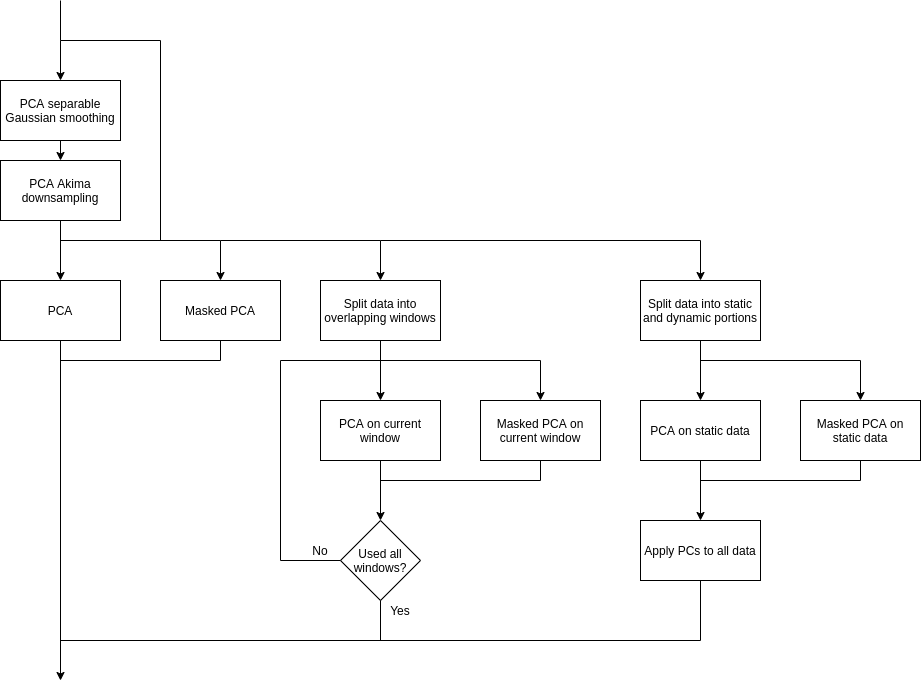
The draw.io diagram figures/pca_data_driven_surrogate_signal_extraction_methods_for_dynamic_pet_methods_data_driven_surrogate_signal_extraction_pca.png in ALEXJAZZ008008/upgrade, before a commit. Source tidied: cells renumbered, new cells last; positions are measured from the earlier drawing's top-left corner, leaving out a move shared by most shapes. Its diagram source:
```xml
<mxGraphModel>
  <root>
    <mxCell id="0" />
    <mxCell id="1" parent="0" />
    <mxCell id="2" value="PCA separable Gaussian smoothing" style="rounded=0;whiteSpace=wrap;html=1;" parent="1" vertex="1">
      <mxGeometry y="80" width="120" height="60" as="geometry" />
    </mxCell>
    <mxCell id="3" value="PCA Akima downsampling" style="rounded=0;whiteSpace=wrap;html=1;" parent="1" vertex="1">
      <mxGeometry y="160" width="120" height="60" as="geometry" />
    </mxCell>
    <mxCell id="4" value="PCA" style="rounded=0;whiteSpace=wrap;html=1;" parent="1" vertex="1">
      <mxGeometry y="280" width="120" height="60" as="geometry" />
    </mxCell>
    <mxCell id="5" value="Masked PCA" style="rounded=0;whiteSpace=wrap;html=1;" parent="1" vertex="1">
      <mxGeometry x="160" y="280" width="120" height="60" as="geometry" />
    </mxCell>
    <mxCell id="6" style="endArrow=classic;html=1;exitX=0.5;exitY=1;exitDx=0;exitDy=0;entryX=0.5;entryY=0;entryDx=0;entryDy=0;" parent="1" edge="1" source="2" target="3">
      <mxGeometry relative="1" as="geometry" />
    </mxCell>
    <mxCell id="7" value="Split data into overlapping windows" style="rounded=0;whiteSpace=wrap;html=1;" parent="1" vertex="1">
      <mxGeometry x="320" y="280" width="120" height="60" as="geometry" />
    </mxCell>
    <mxCell id="8" value="Used all windows?" style="rhombus;whiteSpace=wrap;html=1;" parent="1" vertex="1">
      <mxGeometry x="340" y="520" width="80" height="80" as="geometry" />
    </mxCell>
    <mxCell id="9" value="PCA on current window" style="rounded=0;whiteSpace=wrap;html=1;" parent="1" vertex="1">
      <mxGeometry x="320" y="400" width="120" height="60" as="geometry" />
    </mxCell>
    <mxCell id="10" value="Masked PCA on current window" style="rounded=0;whiteSpace=wrap;html=1;" parent="1" vertex="1">
      <mxGeometry x="480" y="400" width="120" height="60" as="geometry" />
    </mxCell>
    <mxCell id="11" value="Split data into static and dynamic portions" style="rounded=0;whiteSpace=wrap;html=1;" parent="1" vertex="1">
      <mxGeometry x="640" y="280" width="120" height="60" as="geometry" />
    </mxCell>
    <mxCell id="12" value="PCA on static data" style="rounded=0;whiteSpace=wrap;html=1;" parent="1" vertex="1">
      <mxGeometry x="640" y="400" width="120" height="60" as="geometry" />
    </mxCell>
    <mxCell id="13" value="Masked PCA on static data" style="rounded=0;whiteSpace=wrap;html=1;" parent="1" vertex="1">
      <mxGeometry x="800" y="400" width="120" height="60" as="geometry" />
    </mxCell>
    <mxCell id="14" value="Apply PCs to all data" style="rounded=0;whiteSpace=wrap;html=1;" parent="1" vertex="1">
      <mxGeometry x="640" y="520" width="120" height="60" as="geometry" />
    </mxCell>
    <mxCell id="15" style="endArrow=classic;html=1;exitX=0.5;exitY=1;exitDx=0;exitDy=0;entryX=0.5;entryY=0;entryDx=0;entryDy=0;" parent="1" edge="1" source="3" target="4">
      <mxGeometry relative="1" as="geometry" />
    </mxCell>
    <mxCell id="16" style="endArrow=classic;html=1;entryX=0.5;entryY=0;entryDx=0;entryDy=0;" parent="1" edge="1" target="5">
      <mxGeometry relative="1" as="geometry">
        <mxPoint x="220" y="240" as="sourcePoint" />
      </mxGeometry>
    </mxCell>
    <mxCell id="17" style="endArrow=classic;html=1;entryX=0.5;entryY=0;entryDx=0;entryDy=0;" parent="1" edge="1" target="7">
      <mxGeometry relative="1" as="geometry">
        <mxPoint x="380" y="240" as="sourcePoint" />
      </mxGeometry>
    </mxCell>
    <mxCell id="18" style="endArrow=classic;html=1;exitX=0.5;exitY=1;exitDx=0;exitDy=0;entryX=0.5;entryY=0;entryDx=0;entryDy=0;" parent="1" edge="1" source="7" target="9">
      <mxGeometry relative="1" as="geometry" />
    </mxCell>
    <mxCell id="19" style="endArrow=classic;html=1;entryX=0.5;entryY=0;entryDx=0;entryDy=0;" parent="1" edge="1" target="10">
      <mxGeometry relative="1" as="geometry">
        <mxPoint x="540" y="360" as="sourcePoint" />
      </mxGeometry>
    </mxCell>
    <mxCell id="20" style="endArrow=classic;html=1;entryX=0.5;entryY=0;entryDx=0;entryDy=0;" parent="1" edge="1" target="11">
      <mxGeometry relative="1" as="geometry">
        <mxPoint x="700" y="240" as="sourcePoint" />
      </mxGeometry>
    </mxCell>
    <mxCell id="21" style="endArrow=classic;html=1;exitX=0.5;exitY=1;exitDx=0;exitDy=0;entryX=0.5;entryY=0;entryDx=0;entryDy=0;" parent="1" edge="1" source="11" target="12">
      <mxGeometry relative="1" as="geometry" />
    </mxCell>
    <mxCell id="22" style="endArrow=classic;html=1;entryX=0.5;entryY=0;entryDx=0;entryDy=0;exitX=0.5;exitY=1;exitDx=0;exitDy=0;" parent="1" edge="1" source="12" target="14">
      <mxGeometry relative="1" as="geometry" />
    </mxCell>
    <mxCell id="23" style="endArrow=classic;html=1;exitX=0.5;exitY=1;exitDx=0;exitDy=0;entryX=0.5;entryY=0;entryDx=0;entryDy=0;" parent="1" edge="1" source="4">
      <mxGeometry relative="1" as="geometry">
        <mxPoint x="60" y="680" as="targetPoint" />
      </mxGeometry>
    </mxCell>
    <mxCell id="24" style="endArrow=classic;html=1;exitX=0.5;exitY=1;exitDx=0;exitDy=0;" parent="1" edge="1" source="9" target="8">
      <mxGeometry relative="1" as="geometry" />
    </mxCell>
    <mxCell id="25" style="endArrow=classic;html=1;entryX=0.5;entryY=0;entryDx=0;entryDy=0;" parent="1" edge="1" target="2">
      <mxGeometry relative="1" as="geometry">
        <mxPoint x="60" y="40" as="sourcePoint" />
      </mxGeometry>
    </mxCell>
    <mxCell id="26" style="endArrow=none;html=1;" parent="1" edge="1">
      <mxGeometry relative="1" as="geometry">
        <mxPoint x="60" y="240" as="sourcePoint" />
        <mxPoint x="220" y="240" as="targetPoint" />
      </mxGeometry>
    </mxCell>
    <mxCell id="27" style="endArrow=none;html=1;" parent="1" edge="1">
      <mxGeometry relative="1" as="geometry">
        <mxPoint x="220" y="240" as="sourcePoint" />
        <mxPoint x="380" y="240" as="targetPoint" />
      </mxGeometry>
    </mxCell>
    <mxCell id="28" style="endArrow=none;html=1;" parent="1" edge="1">
      <mxGeometry relative="1" as="geometry">
        <mxPoint x="380" y="240" as="sourcePoint" />
        <mxPoint x="700" y="240" as="targetPoint" />
      </mxGeometry>
    </mxCell>
    <mxCell id="29" style="endArrow=none;html=1;" parent="1" edge="1">
      <mxGeometry relative="1" as="geometry">
        <mxPoint x="380" y="360" as="sourcePoint" />
        <mxPoint x="540" y="360" as="targetPoint" />
      </mxGeometry>
    </mxCell>
    <mxCell id="30" style="endArrow=classic;html=1;entryX=0.5;entryY=0;entryDx=0;entryDy=0;" parent="1" edge="1" target="13">
      <mxGeometry relative="1" as="geometry">
        <mxPoint x="860" y="360" as="sourcePoint" />
      </mxGeometry>
    </mxCell>
    <mxCell id="31" style="endArrow=none;html=1;" parent="1" edge="1">
      <mxGeometry relative="1" as="geometry">
        <mxPoint x="700" y="360" as="sourcePoint" />
        <mxPoint x="860" y="360" as="targetPoint" />
      </mxGeometry>
    </mxCell>
    <mxCell id="32" style="endArrow=none;html=1;exitX=0;exitY=0.5;exitDx=0;exitDy=0;" parent="1" edge="1" source="8">
      <mxGeometry relative="1" as="geometry">
        <mxPoint x="280" y="560" as="targetPoint" />
      </mxGeometry>
    </mxCell>
    <mxCell id="33" style="endArrow=none;html=1;" parent="1" edge="1">
      <mxGeometry relative="1" as="geometry">
        <mxPoint x="280" y="560" as="sourcePoint" />
        <mxPoint x="280" y="360" as="targetPoint" />
      </mxGeometry>
    </mxCell>
    <mxCell id="34" value="No" style="text;html=1;strokeColor=none;fillColor=none;align=center;verticalAlign=middle;whiteSpace=wrap;rounded=0;" parent="1" vertex="1">
      <mxGeometry x="300" y="540" width="40" height="20" as="geometry" />
    </mxCell>
    <mxCell id="35" style="endArrow=none;html=1;entryX=0.5;entryY=1;entryDx=0;entryDy=0;" parent="1" edge="1" target="10">
      <mxGeometry relative="1" as="geometry">
        <mxPoint x="540" y="480" as="sourcePoint" />
      </mxGeometry>
    </mxCell>
    <mxCell id="36" style="endArrow=none;html=1;entryX=0.5;entryY=1;entryDx=0;entryDy=0;" parent="1" edge="1" target="13">
      <mxGeometry relative="1" as="geometry">
        <mxPoint x="860" y="480" as="sourcePoint" />
      </mxGeometry>
    </mxCell>
    <mxCell id="37" style="endArrow=none;html=1;" parent="1" edge="1">
      <mxGeometry relative="1" as="geometry">
        <mxPoint x="380" y="480" as="sourcePoint" />
        <mxPoint x="540" y="480" as="targetPoint" />
      </mxGeometry>
    </mxCell>
    <mxCell id="38" style="endArrow=none;html=1;" parent="1" edge="1">
      <mxGeometry relative="1" as="geometry">
        <mxPoint x="280" y="360" as="sourcePoint" />
        <mxPoint x="380" y="360" as="targetPoint" />
      </mxGeometry>
    </mxCell>
    <mxCell id="39" style="endArrow=none;html=1;" parent="1" edge="1">
      <mxGeometry relative="1" as="geometry">
        <mxPoint x="860" y="480" as="sourcePoint" />
        <mxPoint x="700" y="480" as="targetPoint" />
      </mxGeometry>
    </mxCell>
    <mxCell id="40" style="endArrow=none;html=1;" parent="1" edge="1">
      <mxGeometry relative="1" as="geometry">
        <mxPoint x="60" y="640" as="sourcePoint" />
        <mxPoint x="700" y="640" as="targetPoint" />
      </mxGeometry>
    </mxCell>
    <mxCell id="41" style="endArrow=none;html=1;entryX=0.5;entryY=1;entryDx=0;entryDy=0;" parent="1" edge="1" target="8">
      <mxGeometry relative="1" as="geometry">
        <mxPoint x="380" y="640" as="sourcePoint" />
      </mxGeometry>
    </mxCell>
    <mxCell id="42" style="endArrow=none;html=1;entryX=0.5;entryY=1;entryDx=0;entryDy=0;" parent="1" edge="1" target="14">
      <mxGeometry relative="1" as="geometry">
        <mxPoint x="700" y="640" as="sourcePoint" />
      </mxGeometry>
    </mxCell>
    <mxCell id="43" value="Yes" style="text;html=1;strokeColor=none;fillColor=none;align=center;verticalAlign=middle;whiteSpace=wrap;rounded=0;" parent="1" vertex="1">
      <mxGeometry x="380" y="600" width="40" height="20" as="geometry" />
    </mxCell>
    <mxCell id="44" style="endArrow=none;html=1;" parent="1" edge="1">
      <mxGeometry relative="1" as="geometry">
        <mxPoint x="60" y="40" as="sourcePoint" />
        <mxPoint x="160" y="40" as="targetPoint" />
      </mxGeometry>
    </mxCell>
    <mxCell id="45" style="endArrow=none;html=1;" parent="1" edge="1">
      <mxGeometry relative="1" as="geometry">
        <mxPoint x="160" y="240" as="sourcePoint" />
        <mxPoint x="160" y="40" as="targetPoint" />
      </mxGeometry>
    </mxCell>
    <mxCell id="46" style="endArrow=none;html=1;exitX=0.5;exitY=1;exitDx=0;exitDy=0;" parent="1" edge="1" source="5">
      <mxGeometry relative="1" as="geometry">
        <mxPoint x="220" y="360" as="targetPoint" />
      </mxGeometry>
    </mxCell>
    <mxCell id="47" style="endArrow=none;html=1;" parent="1" edge="1">
      <mxGeometry relative="1" as="geometry">
        <mxPoint x="220" y="360" as="sourcePoint" />
        <mxPoint x="60" y="360" as="targetPoint" />
      </mxGeometry>
    </mxCell>
    <mxCell id="48" style="endArrow=none;html=1;" parent="1" edge="1">
      <mxGeometry relative="1" as="geometry">
        <mxPoint x="60" y="40" as="sourcePoint" />
        <mxPoint x="60" as="targetPoint" />
      </mxGeometry>
    </mxCell>
  </root>
</mxGraphModel>
```
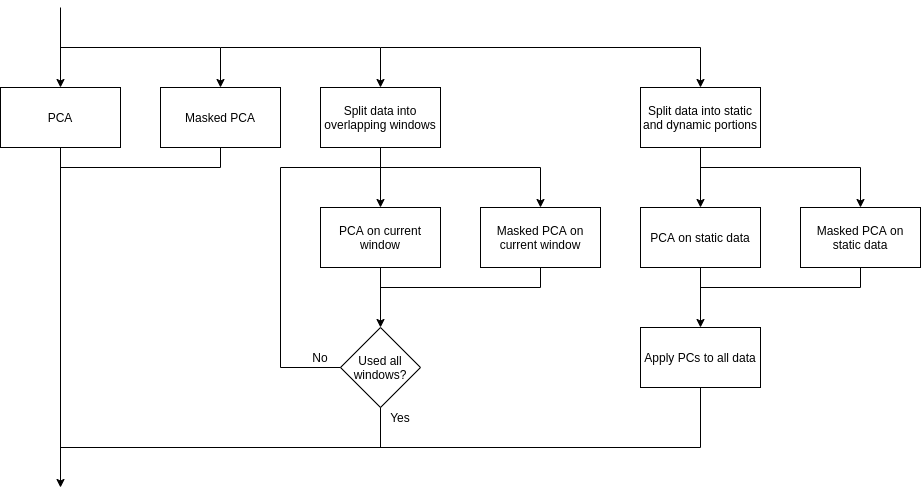
The same file after the commit.

Change to the diagram source:
```diff
@@ -2,21 +2,12 @@
   <root>
     <mxCell id="0" />
     <mxCell id="1" parent="0" />
-    <mxCell id="2" value="PCA separable Gaussian smoothing" style="rounded=0;whiteSpace=wrap;html=1;" parent="1" vertex="1">
-      <mxGeometry y="80" width="120" height="60" as="geometry" />
-    </mxCell>
-    <mxCell id="3" value="PCA Akima downsampling" style="rounded=0;whiteSpace=wrap;html=1;" parent="1" vertex="1">
-      <mxGeometry y="160" width="120" height="60" as="geometry" />
-    </mxCell>
     <mxCell id="4" value="PCA" style="rounded=0;whiteSpace=wrap;html=1;" parent="1" vertex="1">
       <mxGeometry y="280" width="120" height="60" as="geometry" />
     </mxCell>
     <mxCell id="5" value="Masked PCA" style="rounded=0;whiteSpace=wrap;html=1;" parent="1" vertex="1">
       <mxGeometry x="160" y="280" width="120" height="60" as="geometry" />
     </mxCell>
-    <mxCell id="6" style="endArrow=classic;html=1;exitX=0.5;exitY=1;exitDx=0;exitDy=0;entryX=0.5;entryY=0;entryDx=0;entryDy=0;" parent="1" edge="1" source="2" target="3">
-      <mxGeometry relative="1" as="geometry" />
-    </mxCell>
     <mxCell id="7" value="Split data into overlapping windows" style="rounded=0;whiteSpace=wrap;html=1;" parent="1" vertex="1">
       <mxGeometry x="320" y="280" width="120" height="60" as="geometry" />
     </mxCell>
@@ -41,8 +32,10 @@
     <mxCell id="14" value="Apply PCs to all data" style="rounded=0;whiteSpace=wrap;html=1;" parent="1" vertex="1">
       <mxGeometry x="640" y="520" width="120" height="60" as="geometry" />
     </mxCell>
-    <mxCell id="15" style="endArrow=classic;html=1;exitX=0.5;exitY=1;exitDx=0;exitDy=0;entryX=0.5;entryY=0;entryDx=0;entryDy=0;" parent="1" edge="1" source="3" target="4">
-      <mxGeometry relative="1" as="geometry" />
+    <mxCell id="15" style="endArrow=classic;html=1;entryX=0.5;entryY=0;entryDx=0;entryDy=0;" parent="1" edge="1" target="4">
+      <mxGeometry relative="1" as="geometry">
+        <mxPoint x="60" y="200" as="sourcePoint" />
+      </mxGeometry>
     </mxCell>
     <mxCell id="16" style="endArrow=classic;html=1;entryX=0.5;entryY=0;entryDx=0;entryDy=0;" parent="1" edge="1" target="5">
       <mxGeometry relative="1" as="geometry">
@@ -81,11 +74,6 @@
     <mxCell id="24" style="endArrow=classic;html=1;exitX=0.5;exitY=1;exitDx=0;exitDy=0;" parent="1" edge="1" source="9" target="8">
       <mxGeometry relative="1" as="geometry" />
     </mxCell>
-    <mxCell id="25" style="endArrow=classic;html=1;entryX=0.5;entryY=0;entryDx=0;entryDy=0;" parent="1" edge="1" target="2">
-      <mxGeometry relative="1" as="geometry">
-        <mxPoint x="60" y="40" as="sourcePoint" />
-      </mxGeometry>
-    </mxCell>
     <mxCell id="26" style="endArrow=none;html=1;" parent="1" edge="1">
       <mxGeometry relative="1" as="geometry">
         <mxPoint x="60" y="240" as="sourcePoint" />
@@ -182,18 +170,6 @@
     <mxCell id="43" value="Yes" style="text;html=1;strokeColor=none;fillColor=none;align=center;verticalAlign=middle;whiteSpace=wrap;rounded=0;" parent="1" vertex="1">
       <mxGeometry x="380" y="600" width="40" height="20" as="geometry" />
     </mxCell>
-    <mxCell id="44" style="endArrow=none;html=1;" parent="1" edge="1">
-      <mxGeometry relative="1" as="geometry">
-        <mxPoint x="60" y="40" as="sourcePoint" />
-        <mxPoint x="160" y="40" as="targetPoint" />
-      </mxGeometry>
-    </mxCell>
-    <mxCell id="45" style="endArrow=none;html=1;" parent="1" edge="1">
-      <mxGeometry relative="1" as="geometry">
-        <mxPoint x="160" y="240" as="sourcePoint" />
-        <mxPoint x="160" y="40" as="targetPoint" />
-      </mxGeometry>
-    </mxCell>
     <mxCell id="46" style="endArrow=none;html=1;exitX=0.5;exitY=1;exitDx=0;exitDy=0;" parent="1" edge="1" source="5">
       <mxGeometry relative="1" as="geometry">
         <mxPoint x="220" y="360" as="targetPoint" />
@@ -205,11 +181,5 @@
         <mxPoint x="60" y="360" as="targetPoint" />
       </mxGeometry>
     </mxCell>
-    <mxCell id="48" style="endArrow=none;html=1;" parent="1" edge="1">
-      <mxGeometry relative="1" as="geometry">
-        <mxPoint x="60" y="40" as="sourcePoint" />
-        <mxPoint x="60" as="targetPoint" />
-      </mxGeometry>
-    </mxCell>
   </root>
 </mxGraphModel>
```
